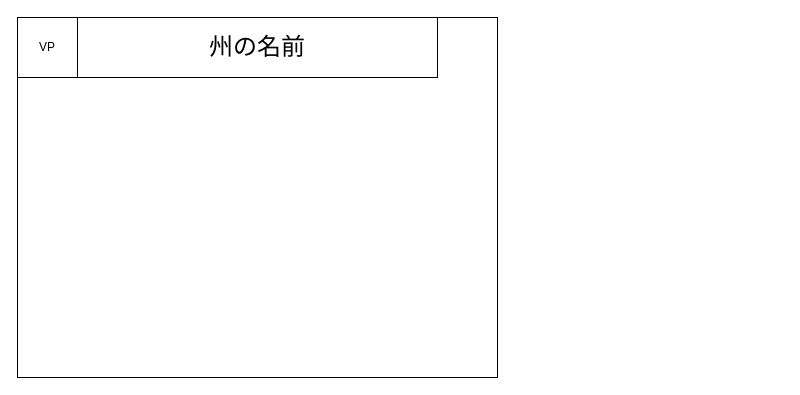
Earlier version of the draw.io diagram Stateview.drawio (Day-of-Wrath/Day-of-Wrath_drowio). Source tidied: cells renumbered, new cells numbered last; positions are measured from the earlier drawing's top-left corner, leaving out a move shared by most shapes. Both pictures are drawn from the tidied source at 100%, with x=0, y=0 at pixel (17, 17).
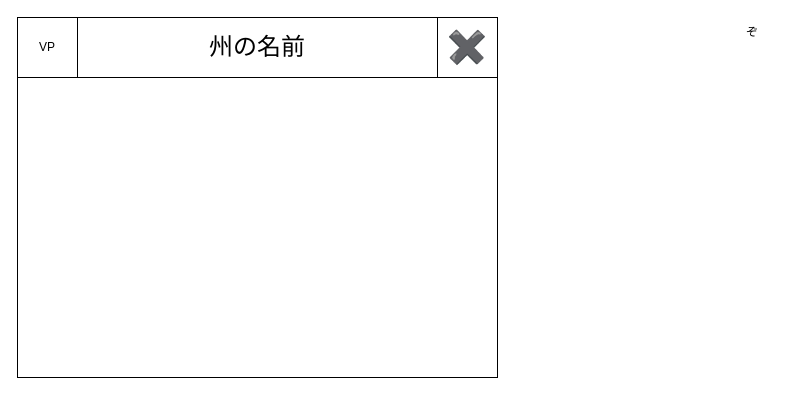
Above is the later version.

Commit message (it also covers changes not shown here):
Stateview.drawio を更新します

The edit, as a diff of the source:
```diff
@@
 <mxGraphModel>
   <root>
     <mxCell id="0" />
     <mxCell id="1" parent="0" />
     <mxCell id="2" style="whiteSpace=wrap;html=1;" parent="1" vertex="1">
       <mxGeometry width="480" height="360" as="geometry" />
     </mxCell>
     <mxCell id="3" parent="0" />
     <mxCell id="4" value="VP" style="whiteSpace=wrap;html=1;" parent="3" vertex="1">
       <mxGeometry width="60" height="60" as="geometry" />
     </mxCell>
     <mxCell id="5" value="&lt;font style=&quot;font-size: 24px;&quot;&gt;州の名前&lt;/font&gt;" style="whiteSpace=wrap;html=1;" parent="3" vertex="1">
       <mxGeometry x="60" width="360" height="60" as="geometry" />
     </mxCell>
+    <mxCell id="6" value="&lt;font style=&quot;font-size: 32px;&quot; face=&quot;Helvetica&quot;&gt;✖️&lt;/font&gt;" style="whiteSpace=wrap;html=1;" parent="3" vertex="1">
+      <mxGeometry x="420" width="60" height="60" as="geometry" />
+    </mxCell>
+    <mxCell id="7" value="ぞ" style="text;strokeColor=none;align=center;fillColor=none;html=1;verticalAlign=middle;whiteSpace=wrap;rounded=0;" parent="3" vertex="1">
+      <mxGeometry x="705" width="60" height="30" as="geometry" />
+    </mxCell>
   </root>
 </mxGraphModel>
```
